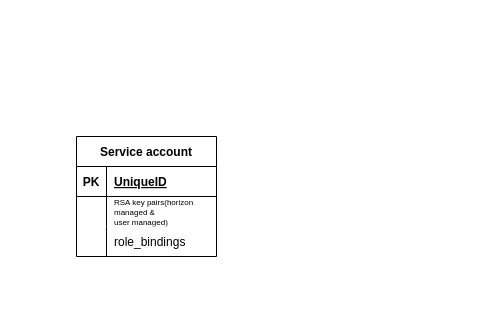
Before: page "Page-3" (3 of 3) of HP/Untitled Diagram.drawio in zhangwm1987/mydraw_io, a draw.io diagram. Source tidied: cells renumbered, new cells numbered last; positions are measured from the earlier drawing's top-left corner, leaving out a move shared by most shapes. Both pictures are drawn from the tidied source at 100%, with x=0, y=0 at pixel (76, 136).
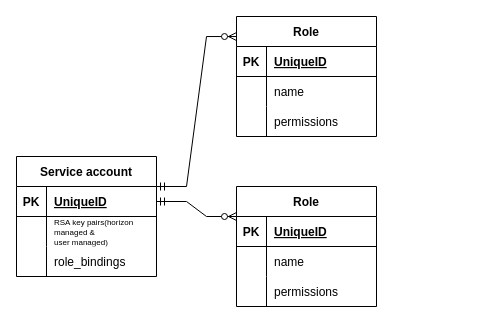
The same diagram, later.

The change refers to these unchanged cells:
```xml
<mxCell id="3" style="shape=partialRectangle;fillColor=none;top=0;left=0;bottom=1;right=0;points=[[0,0.5],[1,0.5]];portConstraint=eastwest;" parent="2" vertex="1">
  <mxGeometry y="30" width="140" height="30" as="geometry" />
</mxCell>
```

Diff of the diagram source:
```diff
@@
     <mxCell id="2" value="Service account" style="shape=table;startSize=30;childLayout=tableLayout;rowLines=0;fontStyle=1;align=center;" parent="1" vertex="1">
-      <mxGeometry width="140" height="120" as="geometry" />
+      <mxGeometry x="-60" y="20" width="140" height="120" as="geometry" />
     </mxCell>
@@
+    <mxCell id="14" value="Role" style="shape=table;startSize=30;childLayout=tableLayout;rowLines=0;fontStyle=1;align=center;" parent="1" vertex="1">
+      <mxGeometry x="160" y="-120" width="140" height="120" as="geometry" />
+    </mxCell>
+    <mxCell id="15" style="shape=partialRectangle;fillColor=none;top=0;left=0;bottom=1;right=0;" parent="14" vertex="1">
+      <mxGeometry y="30" width="140" height="30" as="geometry" />
+    </mxCell>
+    <mxCell id="16" value="PK" style="shape=partialRectangle;fillColor=none;top=0;left=0;bottom=0;right=0;fontStyle=1;overflow=hidden;" parent="15" vertex="1">
+      <mxGeometry width="30" height="30" as="geometry" />
+    </mxCell>
+    <mxCell id="17" value="UniqueID" style="shape=partialRectangle;fillColor=none;top=0;left=0;bottom=0;right=0;align=left;spacingLeft=6;fontStyle=5;overflow=hidden;" parent="15" vertex="1">
+      <mxGeometry x="30" width="110" height="30" as="geometry" />
+    </mxCell>
+    <mxCell id="18" style="shape=partialRectangle;fillColor=none;top=0;left=0;bottom=0;right=0;" parent="14" vertex="1">
+      <mxGeometry y="60" width="140" height="30" as="geometry" />
+    </mxCell>
+    <mxCell id="19" style="shape=partialRectangle;fillColor=none;top=0;left=0;bottom=0;right=0;overflow=hidden;" parent="18" vertex="1">
+      <mxGeometry width="30" height="30" as="geometry" />
+    </mxCell>
+    <mxCell id="20" value="name" style="shape=partialRectangle;fillColor=none;top=0;left=0;bottom=0;right=0;align=left;spacingLeft=6;overflow=hidden;fontSize=12;" parent="18" vertex="1">
+      <mxGeometry x="30" width="110" height="30" as="geometry" />
+    </mxCell>
+    <mxCell id="21" style="shape=partialRectangle;fillColor=none;top=0;left=0;bottom=0;right=0;" parent="14" vertex="1">
+      <mxGeometry y="90" width="140" height="30" as="geometry" />
+    </mxCell>
+    <mxCell id="22" style="shape=partialRectangle;fillColor=none;top=0;left=0;bottom=0;right=0;overflow=hidden;" parent="21" vertex="1">
+      <mxGeometry width="30" height="30" as="geometry" />
+    </mxCell>
+    <mxCell id="23" value="permissions" style="shape=partialRectangle;fillColor=none;top=0;left=0;bottom=0;right=0;align=left;spacingLeft=6;overflow=hidden;" parent="21" vertex="1">
+      <mxGeometry x="30" width="110" height="30" as="geometry" />
+    </mxCell>
+    <mxCell id="24" style="edgeStyle=entityRelationEdgeStyle;fontSize=12;html=1;endArrow=ERzeroToMany;startArrow=ERmandOne;rounded=0;exitX=1;exitY=0.25;exitDx=0;exitDy=0;entryX=0;entryY=0.167;entryDx=0;entryDy=0;entryPerimeter=0;" parent="1" edge="1" source="2" target="14">
+      <mxGeometry relative="1" as="geometry" />
+    </mxCell>
+    <mxCell id="25" value="Role" style="shape=table;startSize=30;childLayout=tableLayout;rowLines=0;fontStyle=1;align=center;" parent="1" vertex="1">
+      <mxGeometry x="160" y="50" width="140" height="120" as="geometry" />
+    </mxCell>
+    <mxCell id="26" style="shape=partialRectangle;fillColor=none;top=0;left=0;bottom=1;right=0;" parent="25" vertex="1">
+      <mxGeometry y="30" width="140" height="30" as="geometry" />
+    </mxCell>
+    <mxCell id="27" value="PK" style="shape=partialRectangle;fillColor=none;top=0;left=0;bottom=0;right=0;fontStyle=1;overflow=hidden;" parent="26" vertex="1">
+      <mxGeometry width="30" height="30" as="geometry" />
+    </mxCell>
+    <mxCell id="28" value="UniqueID" style="shape=partialRectangle;fillColor=none;top=0;left=0;bottom=0;right=0;align=left;spacingLeft=6;fontStyle=5;overflow=hidden;" parent="26" vertex="1">
+      <mxGeometry x="30" width="110" height="30" as="geometry" />
+    </mxCell>
+    <mxCell id="29" style="shape=partialRectangle;fillColor=none;top=0;left=0;bottom=0;right=0;" parent="25" vertex="1">
+      <mxGeometry y="60" width="140" height="30" as="geometry" />
+    </mxCell>
+    <mxCell id="30" style="shape=partialRectangle;fillColor=none;top=0;left=0;bottom=0;right=0;overflow=hidden;" parent="29" vertex="1">
+      <mxGeometry width="30" height="30" as="geometry" />
+    </mxCell>
+    <mxCell id="31" value="name" style="shape=partialRectangle;fillColor=none;top=0;left=0;bottom=0;right=0;align=left;spacingLeft=6;overflow=hidden;fontSize=12;" parent="29" vertex="1">
+      <mxGeometry x="30" width="110" height="30" as="geometry" />
+    </mxCell>
+    <mxCell id="32" style="shape=partialRectangle;fillColor=none;top=0;left=0;bottom=0;right=0;" parent="25" vertex="1">
+      <mxGeometry y="90" width="140" height="30" as="geometry" />
+    </mxCell>
+    <mxCell id="33" style="shape=partialRectangle;fillColor=none;top=0;left=0;bottom=0;right=0;overflow=hidden;" parent="32" vertex="1">
+      <mxGeometry width="30" height="30" as="geometry" />
+    </mxCell>
+    <mxCell id="34" value="permissions" style="shape=partialRectangle;fillColor=none;top=0;left=0;bottom=0;right=0;align=left;spacingLeft=6;overflow=hidden;" parent="32" vertex="1">
+      <mxGeometry x="30" width="110" height="30" as="geometry" />
+    </mxCell>
+    <mxCell id="35" style="edgeStyle=entityRelationEdgeStyle;fontSize=12;html=1;endArrow=ERzeroToMany;startArrow=ERmandOne;rounded=0;exitX=1;exitY=0.5;exitDx=0;exitDy=0;entryX=0;entryY=0.25;entryDx=0;entryDy=0;" parent="1" edge="1" source="3" target="25">
+      <mxGeometry relative="1" as="geometry" />
+    </mxCell>
```
